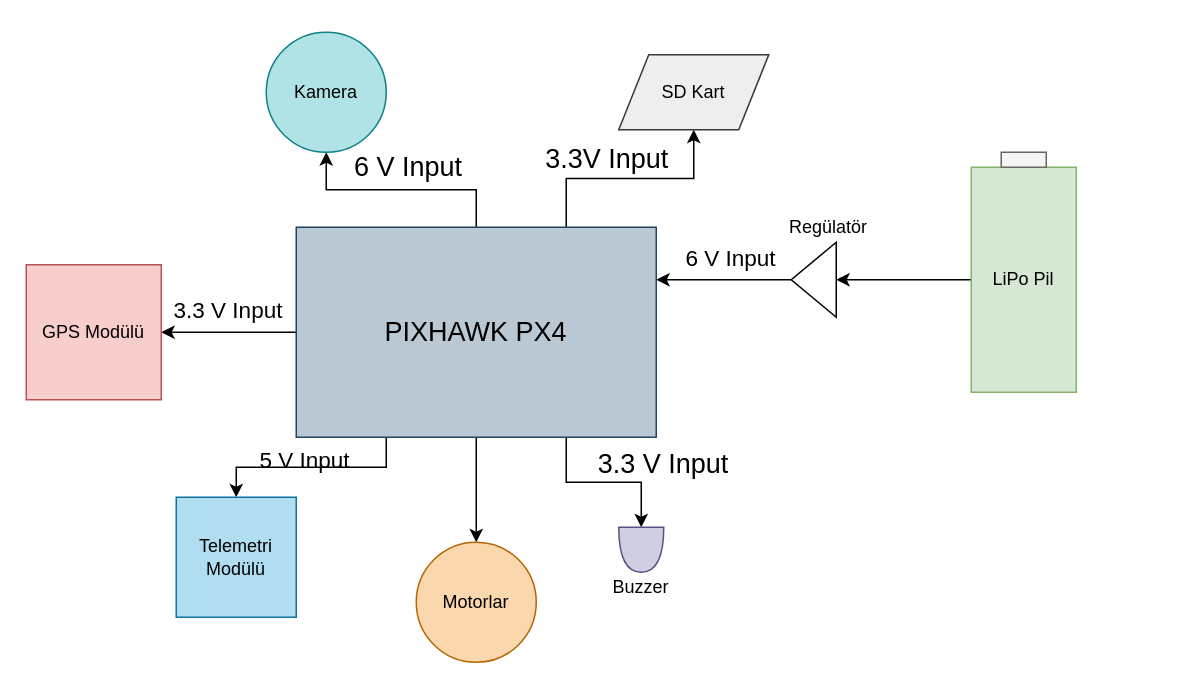
Earlier version of the draw.io diagram Model Satellite Diagrams/Power-Linkage.drawio (mthaasen/My-Diagrams). Source tidied: cells renumbered, new cells numbered last; positions are measured from the earlier drawing's top-left corner, leaving out a move shared by most shapes. Both pictures are drawn from the tidied source at 150%, with x=0, y=0 at pixel (26, 32).
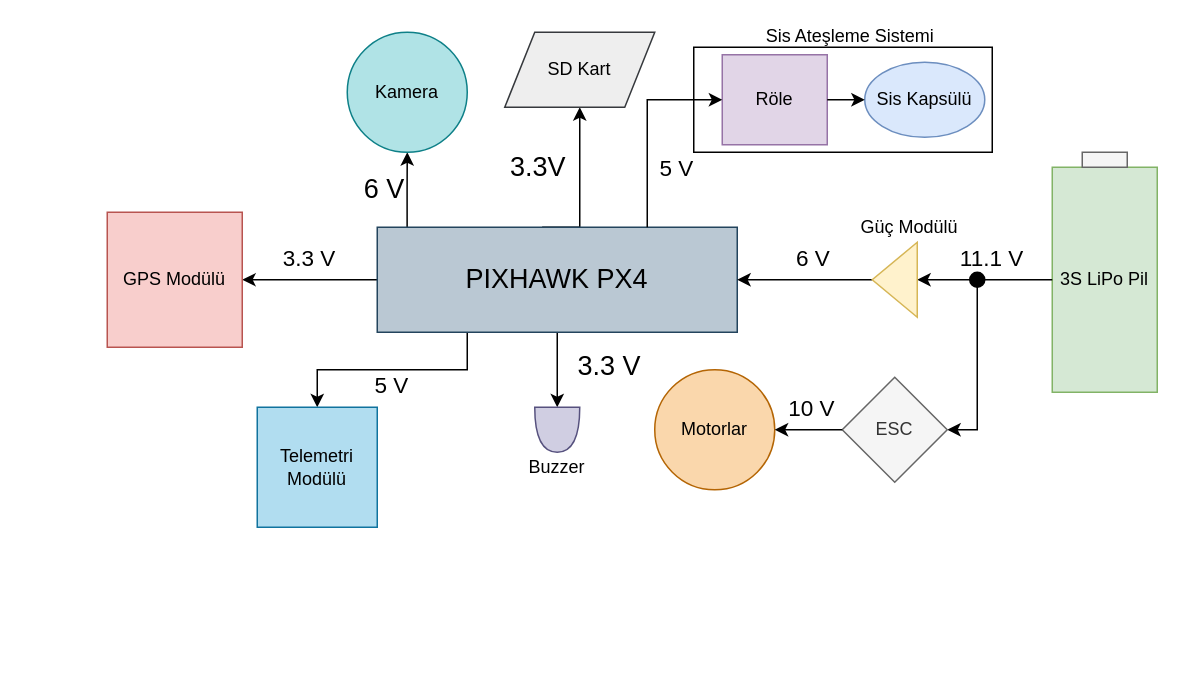
After the change.

Diff of the diagram source:
```diff
@@
+    <mxCell id="29" style="rounded=0;whiteSpace=wrap;html=1;fillColor=none;" parent="1" vertex="1">
+      <mxGeometry x="445" y="10" width="199" height="70" as="geometry" />
+    </mxCell>
@@
-    <mxCell id="3" style="edgeStyle=orthogonalEdgeStyle;rounded=0;jettySize=auto;html=1;entryX=0;entryY=0.5;entryDx=0;entryDy=0;" parent="1" edge="1" source="8" target="14">
-      <mxGeometry relative="1" as="geometry" />
-    </mxCell>
@@
-    <mxCell id="5" style="edgeStyle=orthogonalEdgeStyle;rounded=0;jettySize=auto;html=1;entryX=0.5;entryY=1;entryDx=0;entryDy=0;" parent="1" edge="1" source="8" target="18">
+    <mxCell id="5" style="edgeStyle=orthogonalEdgeStyle;rounded=0;jettySize=auto;html=1;entryX=0.5;entryY=1;entryDx=0;entryDy=0;exitX=0.083;exitY=0;exitDx=0;exitDy=0;exitPerimeter=0;" parent="1" edge="1" source="8" target="18">
       <mxGeometry relative="1" as="geometry" />
     </mxCell>
-    <mxCell id="6" style="edgeStyle=orthogonalEdgeStyle;rounded=0;jettySize=auto;html=1;exitX=0.75;exitY=1;exitDx=0;exitDy=0;entryX=0;entryY=0.5;entryDx=0;entryDy=0;entryPerimeter=0;" parent="1" edge="1" source="8" target="24">
+    <mxCell id="6" style="edgeStyle=orthogonalEdgeStyle;rounded=0;jettySize=auto;html=1;exitX=0.5;exitY=1;exitDx=0;exitDy=0;entryX=0;entryY=0.5;entryDx=0;entryDy=0;entryPerimeter=0;" parent="1" edge="1" source="8" target="24">
       <mxGeometry relative="1" as="geometry" />
     </mxCell>
-    <mxCell id="7" style="edgeStyle=orthogonalEdgeStyle;rounded=0;jettySize=auto;html=1;exitX=0.75;exitY=0;exitDx=0;exitDy=0;entryX=0.5;entryY=1;entryDx=0;entryDy=0;" parent="1" edge="1" source="8" target="27">
-      <mxGeometry relative="1" as="geometry" />
+    <mxCell id="7" style="edgeStyle=orthogonalEdgeStyle;rounded=0;jettySize=auto;html=1;exitX=0.458;exitY=0;exitDx=0;exitDy=0;entryX=0.5;entryY=1;entryDx=0;entryDy=0;exitPerimeter=0;" parent="1" edge="1" source="8" target="27">
+      <mxGeometry relative="1" as="geometry">
+        <Array as="points">
+          <mxPoint x="369" y="130" />
+        </Array>
+      </mxGeometry>
     </mxCell>
     <mxCell id="8" value="&lt;font style=&quot;font-size: 18px&quot;&gt;PIXHAWK PX4&lt;/font&gt;" style="rounded=0;whiteSpace=wrap;html=1;fillColor=#bac8d3;strokeColor=#23445d;" parent="1" vertex="1">
-      <mxGeometry x="180" y="130" width="240" height="140" as="geometry" />
+      <mxGeometry x="234" y="130" width="240" height="70" as="geometry" />
     </mxCell>
     <mxCell id="9" value="GPS Modülü" style="whiteSpace=wrap;html=1;fillColor=#f8cecc;strokeColor=#b85450;" parent="1" vertex="1">
-      <mxGeometry y="155" width="90" height="90" as="geometry" />
+      <mxGeometry x="54" y="120" width="90" height="90" as="geometry" />
     </mxCell>
     <mxCell id="10" value="Telemetri Modülü" style="whiteSpace=wrap;html=1;fillColor=#b1ddf0;strokeColor=#10739e;" parent="1" vertex="1">
-      <mxGeometry x="100" y="310" width="80" height="80" as="geometry" />
+      <mxGeometry x="154" y="250" width="80" height="80" as="geometry" />
     </mxCell>
-    <mxCell id="11" style="edgeStyle=orthogonalEdgeStyle;rounded=0;jettySize=auto;html=1;exitX=0;exitY=0.5;exitDx=0;exitDy=0;entryX=0;entryY=0.5;entryDx=0;entryDy=0;" parent="1" edge="1" source="12" target="22">
+    <mxCell id="11" style="edgeStyle=orthogonalEdgeStyle;rounded=0;jettySize=auto;html=1;exitX=0;exitY=0.5;exitDx=0;exitDy=0;entryX=0;entryY=0.5;entryDx=0;entryDy=0;endArrow=classic;endFill=1;startArrow=none;" parent="1" edge="1" source="32" target="22">
       <mxGeometry relative="1" as="geometry" />
     </mxCell>
-    <mxCell id="12" value="LiPo Pil" style="rounded=0;whiteSpace=wrap;html=1;fillColor=#d5e8d4;strokeColor=#82b366;" parent="1" vertex="1">
-      <mxGeometry x="630" y="90" width="70" height="150" as="geometry" />
+    <mxCell id="12" value="3S LiPo Pil" style="rounded=0;whiteSpace=wrap;html=1;fillColor=#d5e8d4;strokeColor=#82b366;" parent="1" vertex="1">
+      <mxGeometry x="684" y="90" width="70" height="150" as="geometry" />
     </mxCell>
     <mxCell id="13" style="rounded=0;whiteSpace=wrap;html=1;fillColor=#f5f5f5;strokeColor=#666666;fontColor=#333333;" parent="1" vertex="1">
-      <mxGeometry x="650" y="80" width="30" height="10" as="geometry" />
+      <mxGeometry x="704" y="80" width="30" height="10" as="geometry" />
     </mxCell>
     <mxCell id="14" value="Motorlar" style="ellipse;whiteSpace=wrap;html=1;fillColor=#fad7ac;strokeColor=#b46504;direction=south;" parent="1" vertex="1">
-      <mxGeometry x="260" y="340" width="80" height="80" as="geometry" />
+      <mxGeometry x="419" y="225" width="80" height="80" as="geometry" />
     </mxCell>
-    <mxCell id="15" value="&lt;span style=&quot;font-size: 15px&quot;&gt;3.3 V Input&lt;/span&gt;" style="text;html=1;strokeColor=none;fillColor=none;align=center;verticalAlign=middle;whiteSpace=wrap;rounded=0;" parent="1" vertex="1">
-      <mxGeometry x="90" y="175" width="90" height="20" as="geometry" />
+    <mxCell id="15" value="&lt;span style=&quot;font-size: 15px&quot;&gt;3.3 V&lt;/span&gt;" style="text;html=1;strokeColor=none;fillColor=none;align=center;verticalAlign=middle;whiteSpace=wrap;rounded=0;" parent="1" vertex="1">
+      <mxGeometry x="144" y="140" width="90" height="20" as="geometry" />
     </mxCell>
-    <mxCell id="16" value="&lt;font style=&quot;font-size: 15px&quot;&gt;6 V Input&lt;/font&gt;" style="text;html=1;strokeColor=none;fillColor=none;align=center;verticalAlign=middle;whiteSpace=wrap;rounded=0;" parent="1" vertex="1">
-      <mxGeometry x="430" y="140" width="80" height="20" as="geometry" />
+    <mxCell id="16" value="&lt;font style=&quot;font-size: 15px&quot;&gt;6 V&lt;/font&gt;" style="text;html=1;strokeColor=none;fillColor=none;align=center;verticalAlign=middle;whiteSpace=wrap;rounded=0;" parent="1" vertex="1">
+      <mxGeometry x="485" y="140" width="80" height="20" as="geometry" />
     </mxCell>
-    <mxCell id="17" value="&lt;font style=&quot;font-size: 15px&quot;&gt;5 V Input&lt;/font&gt;" style="text;html=1;strokeColor=none;fillColor=none;align=center;verticalAlign=middle;whiteSpace=wrap;rounded=0;" parent="1" vertex="1">
-      <mxGeometry x="146" y="280" width="80" height="10" as="geometry" />
+    <mxCell id="17" value="&lt;font style=&quot;font-size: 15px&quot;&gt;5 V&lt;/font&gt;" style="text;html=1;strokeColor=none;fillColor=none;align=center;verticalAlign=middle;whiteSpace=wrap;rounded=0;" parent="1" vertex="1">
+      <mxGeometry x="204" y="230" width="80" height="10" as="geometry" />
     </mxCell>
     <mxCell id="18" value="&lt;font style=&quot;font-size: 12px&quot;&gt;Kamera&lt;/font&gt;" style="ellipse;whiteSpace=wrap;html=1;fillColor=#b0e3e6;strokeColor=#0e8088;" parent="1" vertex="1">
-      <mxGeometry x="160" width="80" height="80" as="geometry" />
+      <mxGeometry x="214" width="80" height="80" as="geometry" />
     </mxCell>
-    <mxCell id="19" value="&lt;font style=&quot;font-size: 18px&quot;&gt;6 V Input&lt;/font&gt;" style="text;html=1;strokeColor=none;fillColor=none;align=center;verticalAlign=middle;whiteSpace=wrap;rounded=0;" parent="1" vertex="1">
-      <mxGeometry x="210" y="80" width="90" height="20" as="geometry" />
+    <mxCell id="19" value="&lt;font style=&quot;font-size: 18px&quot;&gt;6 V&lt;/font&gt;" style="text;html=1;strokeColor=none;fillColor=none;align=center;verticalAlign=middle;whiteSpace=wrap;rounded=0;" parent="1" vertex="1">
+      <mxGeometry x="194" y="95" width="90" height="20" as="geometry" />
     </mxCell>
@@
-    <mxCell id="21" style="edgeStyle=orthogonalEdgeStyle;rounded=0;jettySize=auto;html=1;exitX=1;exitY=0.5;exitDx=0;exitDy=0;entryX=1;entryY=0.25;entryDx=0;entryDy=0;" parent="1" edge="1" source="22" target="8">
+    <mxCell id="21" style="edgeStyle=orthogonalEdgeStyle;rounded=0;jettySize=auto;html=1;exitX=1;exitY=0.5;exitDx=0;exitDy=0;entryX=1;entryY=0.5;entryDx=0;entryDy=0;" parent="1" edge="1" source="22" target="8">
       <mxGeometry relative="1" as="geometry" />
     </mxCell>
-    <mxCell id="22" style="triangle;whiteSpace=wrap;html=1;rotation=-180;" parent="1" vertex="1">
-      <mxGeometry x="510" y="140" width="30" height="50" as="geometry" />
+    <mxCell id="22" style="triangle;whiteSpace=wrap;html=1;rotation=-180;fillColor=#fff2cc;strokeColor=#d6b656;" parent="1" vertex="1">
+      <mxGeometry x="564" y="140" width="30" height="50" as="geometry" />
     </mxCell>
-    <mxCell id="23" value="Regülatör" style="text;html=1;strokeColor=none;fillColor=none;align=center;verticalAlign=middle;whiteSpace=wrap;rounded=0;" parent="1" vertex="1">
-      <mxGeometry x="500" y="120" width="70" height="20" as="geometry" />
+    <mxCell id="23" value="Güç Modülü" style="text;html=1;strokeColor=none;fillColor=none;align=center;verticalAlign=middle;whiteSpace=wrap;rounded=0;" parent="1" vertex="1">
+      <mxGeometry x="554" y="120" width="70" height="20" as="geometry" />
     </mxCell>
     <mxCell id="24" style="shape=or;whiteSpace=wrap;html=1;rotation=90;fillColor=#d0cee2;strokeColor=#56517e;" parent="1" vertex="1">
-      <mxGeometry x="395" y="330" width="30" height="30" as="geometry" />
+      <mxGeometry x="339" y="250" width="30" height="30" as="geometry" />
     </mxCell>
     <mxCell id="25" value="Buzzer" style="text;html=1;strokeColor=none;fillColor=none;align=center;verticalAlign=middle;whiteSpace=wrap;rounded=0;" parent="1" vertex="1">
-      <mxGeometry x="390" y="360" width="40" height="20" as="geometry" />
+      <mxGeometry x="334" y="280" width="40" height="20" as="geometry" />
     </mxCell>
-    <mxCell id="26" value="&lt;font style=&quot;font-size: 18px&quot;&gt;3.3 V Input&lt;/font&gt;" style="text;html=1;strokeColor=none;fillColor=none;align=center;verticalAlign=middle;whiteSpace=wrap;rounded=0;" parent="1" vertex="1">
-      <mxGeometry x="370" y="280" width="110" height="15" as="geometry" />
+    <mxCell id="26" value="&lt;font style=&quot;font-size: 18px&quot;&gt;3.3 V&lt;/font&gt;" style="text;html=1;strokeColor=none;fillColor=none;align=center;verticalAlign=middle;whiteSpace=wrap;rounded=0;" parent="1" vertex="1">
+      <mxGeometry x="334" y="215" width="110" height="15" as="geometry" />
     </mxCell>
     <mxCell id="27" value="SD Kart" style="shape=parallelogram;perimeter=parallelogramPerimeter;whiteSpace=wrap;html=1;fixedSize=1;fillColor=#eeeeee;strokeColor=#36393d;" parent="1" vertex="1">
-      <mxGeometry x="395" y="15" width="100" height="50" as="geometry" />
+      <mxGeometry x="319" width="100" height="50" as="geometry" />
     </mxCell>
-    <mxCell id="28" value="&lt;font style=&quot;font-size: 18px&quot;&gt;3.3V Input&lt;/font&gt;" style="text;html=1;strokeColor=none;fillColor=none;align=center;verticalAlign=middle;whiteSpace=wrap;rounded=0;" parent="1" vertex="1">
-      <mxGeometry x="330" y="75" width="115" height="20" as="geometry" />
+    <mxCell id="28" value="&lt;font style=&quot;font-size: 18px&quot;&gt;3.3V&lt;/font&gt;" style="text;html=1;strokeColor=none;fillColor=none;align=center;verticalAlign=middle;whiteSpace=wrap;rounded=0;" parent="1" vertex="1">
+      <mxGeometry x="284" y="80" width="115" height="20" as="geometry" />
     </mxCell>
+    <mxCell id="30" value="&lt;font style=&quot;font-size: 15px&quot;&gt;11.1 V&lt;/font&gt;" style="text;html=1;strokeColor=none;fillColor=none;align=center;verticalAlign=middle;whiteSpace=wrap;rounded=0;" parent="1" vertex="1">
+      <mxGeometry x="614" y="140" width="60" height="20" as="geometry" />
+    </mxCell>
+    <mxCell id="31" style="endArrow=classic;html=1;strokeColor=#000000;rounded=0;entryX=1;entryY=0.5;entryDx=0;entryDy=0;" parent="1" edge="1" source="32" target="34">
+      <mxGeometry relative="1" as="geometry">
+        <Array as="points">
+          <mxPoint x="634" y="265" />
+        </Array>
+      </mxGeometry>
+    </mxCell>
+    <mxCell id="32" style="ellipse;whiteSpace=wrap;html=1;fillColor=#000000;" parent="1" vertex="1">
+      <mxGeometry x="629" y="160" width="10" height="10" as="geometry" />
+    </mxCell>
+    <mxCell id="33" style="edgeStyle=orthogonalEdgeStyle;rounded=0;jettySize=auto;html=1;exitX=0;exitY=0.5;exitDx=0;exitDy=0;entryX=0;entryY=0.5;entryDx=0;entryDy=0;endArrow=none;endFill=1;" parent="1" edge="1" source="12" target="32">
+      <mxGeometry relative="1" as="geometry">
+        <Array as="points">
+          <mxPoint x="639" y="165" />
+          <mxPoint x="639" y="165" />
+        </Array>
+      </mxGeometry>
+    </mxCell>
+    <mxCell id="34" value="ESC" style="rhombus;whiteSpace=wrap;html=1;fillColor=#f5f5f5;strokeColor=#666666;fontColor=#333333;" parent="1" vertex="1">
+      <mxGeometry x="544" y="230" width="70" height="70" as="geometry" />
+    </mxCell>
+    <mxCell id="35" style="endArrow=classic;html=1;strokeColor=#000000;exitX=0;exitY=0.5;exitDx=0;exitDy=0;entryX=0.5;entryY=0;entryDx=0;entryDy=0;" parent="1" edge="1" source="34" target="14">
+      <mxGeometry relative="1" as="geometry" />
+    </mxCell>
+    <mxCell id="36" value="&lt;font style=&quot;font-size: 15px&quot;&gt;10 V&lt;/font&gt;" style="text;html=1;strokeColor=none;fillColor=none;align=center;verticalAlign=middle;whiteSpace=wrap;rounded=0;" parent="1" vertex="1">
+      <mxGeometry x="504" y="240" width="40" height="20" as="geometry" />
+    </mxCell>
+    <mxCell id="37" value="Sis Kapsülü" style="ellipse;whiteSpace=wrap;html=1;fillColor=#dae8fc;strokeColor=#6c8ebf;" parent="1" vertex="1">
+      <mxGeometry x="559" y="20" width="80" height="50" as="geometry" />
+    </mxCell>
+    <mxCell id="38" value="Röle" style="rounded=0;whiteSpace=wrap;html=1;fillColor=#e1d5e7;strokeColor=#9673a6;" parent="1" vertex="1">
+      <mxGeometry x="464" y="15" width="70" height="60" as="geometry" />
+    </mxCell>
+    <mxCell id="39" value="&lt;font style=&quot;font-size: 15px&quot;&gt;5 V&lt;/font&gt;" style="text;html=1;strokeColor=none;fillColor=none;align=center;verticalAlign=middle;whiteSpace=wrap;rounded=0;" parent="1" vertex="1">
+      <mxGeometry x="414" y="80" width="40" height="20" as="geometry" />
+    </mxCell>
+    <mxCell id="40" style="endArrow=classic;html=1;strokeColor=#000000;exitX=0.75;exitY=0;exitDx=0;exitDy=0;entryX=0;entryY=0.5;entryDx=0;entryDy=0;rounded=0;" parent="1" edge="1" source="8" target="38">
+      <mxGeometry relative="1" as="geometry">
+        <Array as="points">
+          <mxPoint x="414" y="45" />
+        </Array>
+      </mxGeometry>
+    </mxCell>
+    <mxCell id="41" style="endArrow=classic;html=1;strokeColor=#000000;exitX=1;exitY=0.5;exitDx=0;exitDy=0;entryX=0;entryY=0.5;entryDx=0;entryDy=0;" parent="1" edge="1" source="38" target="37">
+      <mxGeometry relative="1" as="geometry" />
+    </mxCell>
+    <mxCell id="42" value="Sis Ateşleme Sistemi" style="text;html=1;strokeColor=none;fillColor=none;align=center;verticalAlign=middle;whiteSpace=wrap;rounded=0;" parent="1" vertex="1">
+      <mxGeometry x="485" width="129" height="5" as="geometry" />
+    </mxCell>
```
